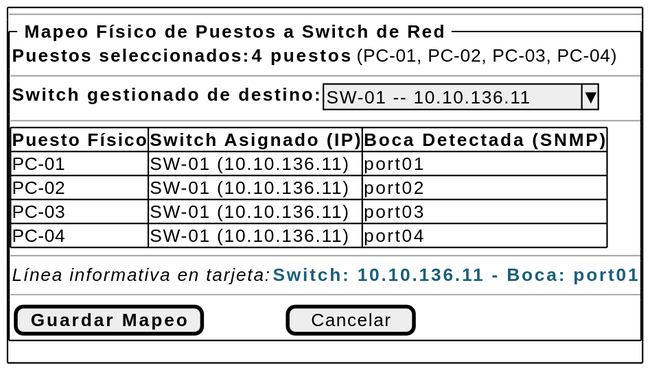
Before: images/01-requisitos/01-detalle-casos-uso/asignarPuestosASwitch/wireframes.svg, a diagram exported from PlantUML (Carlos-Lima2510/mesh-panel).
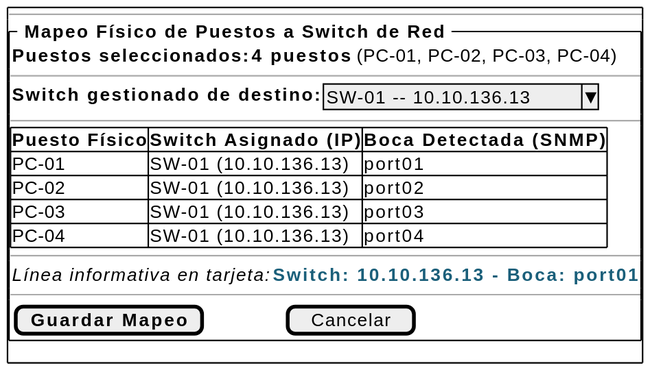
Above is the later version.

What changed in the source:
```diff
@@ -9,19 +9,19 @@
     }
     --
     {
-      <b>Switch gestionado de destino:</b> | ^SW-01 -- 10.10.136.11^
+      <b>Switch gestionado de destino:</b> | ^SW-01 -- 10.10.136.13^
     }
     --
     {#
       <b>Puesto Físico</b> | <b>Switch Asignado (IP)</b> | <b>Boca Detectada (SNMP)</b>
-      PC-01 | SW-01 (10.10.136.11) | port01
-      PC-02 | SW-01 (10.10.136.11) | port02
-      PC-03 | SW-01 (10.10.136.11) | port03
-      PC-04 | SW-01 (10.10.136.11) | port04
+      PC-01 | SW-01 (10.10.136.13) | port01
+      PC-02 | SW-01 (10.10.136.13) | port02
+      PC-03 | SW-01 (10.10.136.13) | port03
+      PC-04 | SW-01 (10.10.136.13) | port04
     }
     --
     {
-      <i>Línea informativa en tarjeta:</i> | <color:#1A5F7A><b>Switch: 10.10.136.11 - Boca: port01</b></color>
+      <i>Línea informativa en tarjeta:</i> | <color:#1A5F7A><b>Switch: 10.10.136.13 - Boca: port01</b></color>
     }
     --
     {
```
